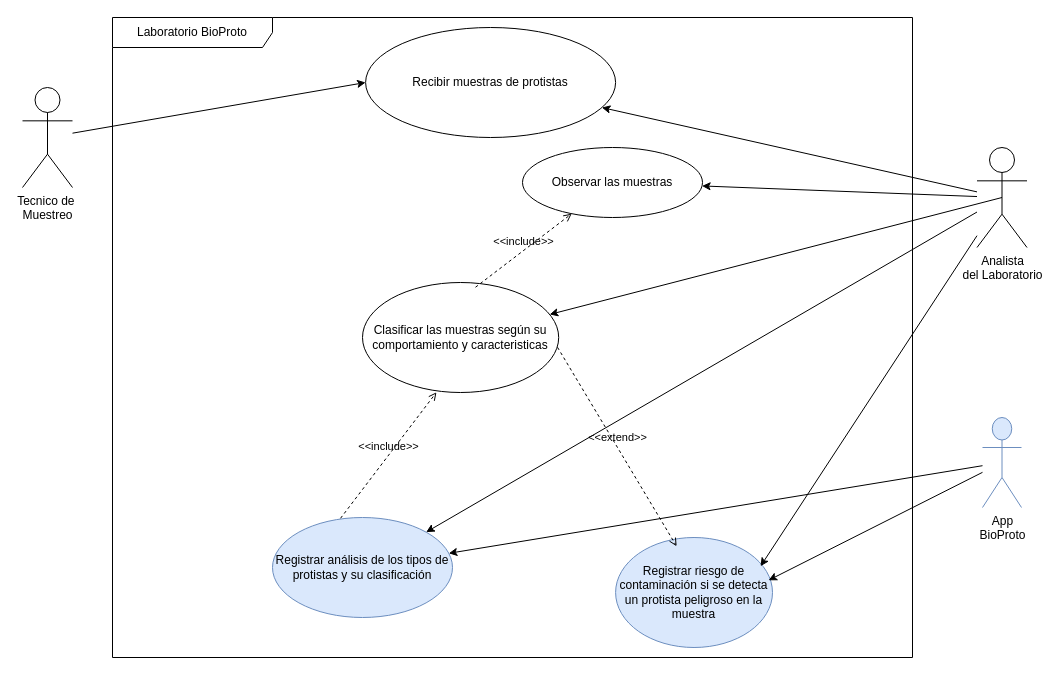
Earlier version of the draw.io diagram ReinoProtista/design/1UseCase.drawio (mat264/ReinoProtista_G3). Source tidied: cells renumbered, new cells numbered last; positions are measured from the earlier drawing's top-left corner, leaving out a move shared by most shapes. Both pictures are drawn from the tidied source at 100%, with x=0, y=0 at pixel (22, 17).
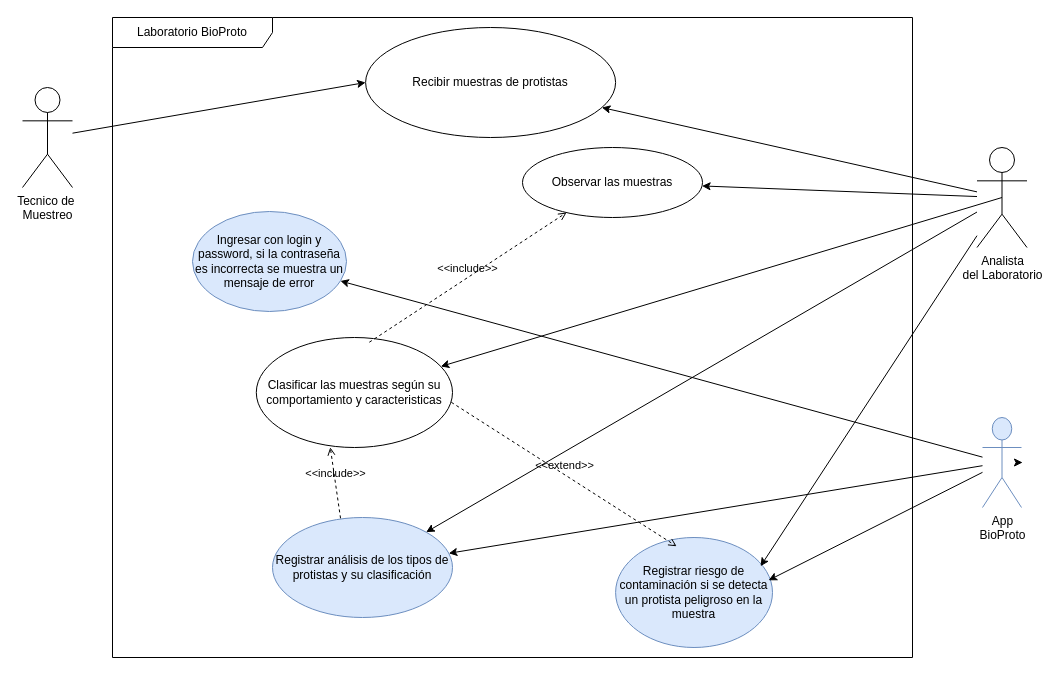
The same page after the edit.

Commit message (it also covers changes not shown here):
Modifico el diagrama de caso de uso

Unchanged cells that the change refers to:
```xml
<mxCell id="6" value="Laboratorio BioProto" style="shape=umlFrame;whiteSpace=wrap;html=1;width=160;" parent="1" vertex="1">
  <mxGeometry x="90" width="800" height="640" as="geometry" />
</mxCell>
<mxCell id="17" value="App&lt;div&gt;BioProto&lt;/div&gt;" style="shape=umlActor;verticalLabelPosition=bottom;verticalAlign=top;html=1;fillColor=#dae8fc;strokeColor=#6c8ebf;" parent="1" vertex="1">
  <mxGeometry x="960" y="400" width="39" height="90" as="geometry" />
</mxCell>
```

Change to the diagram source:
```diff
@@
     <mxCell id="8" value="Clasificar las muestras según su comportamiento y caracteristicas" style="ellipse;html=1;whiteSpace=wrap;" parent="6" vertex="1">
-      <mxGeometry x="250" y="265" width="196.2" height="110" as="geometry" />
+      <mxGeometry x="143.8" y="320" width="196.2" height="110" as="geometry" />
     </mxCell>
@@
+    <mxCell id="22" value="Ingresar con login y password, si la contraseña es incorrecta se muestra un mensaje de error" style="ellipse;whiteSpace=wrap;html=1;fillColor=#dae8fc;strokeColor=#6c8ebf;" parent="6" vertex="1">
+      <mxGeometry x="80" y="194" width="154" height="100" as="geometry" />
+    </mxCell>
@@
+    <mxCell id="23" style="edgeStyle=none;html=1;" parent="1" edge="1" source="17">
+      <mxGeometry relative="1" as="geometry">
+        <mxPoint x="1000" y="445" as="targetPoint" />
+      </mxGeometry>
+    </mxCell>
+    <mxCell id="24" style="edgeStyle=none;html=1;" parent="1" edge="1" source="17" target="22">
+      <mxGeometry relative="1" as="geometry" />
+    </mxCell>
```
